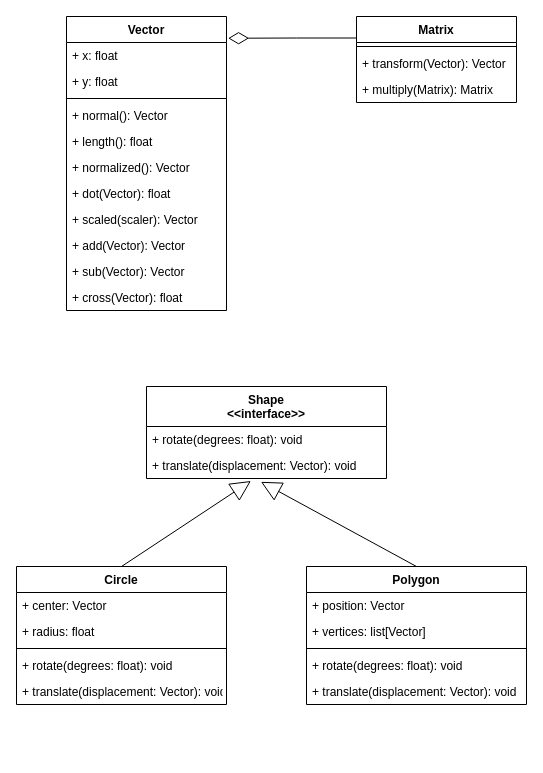
Earlier version of the draw.io diagram page "mathlib" (1 of 6) of docs/ClassDiagrams.drawio (MiniCooper40/2DPhysicsEngine). Source tidied: cells renumbered, new cells numbered last; positions are measured from the earlier drawing's top-left corner, leaving out a move shared by most shapes. Both pictures are drawn from the tidied source at 100%, with x=0, y=0 at pixel (16, 16).
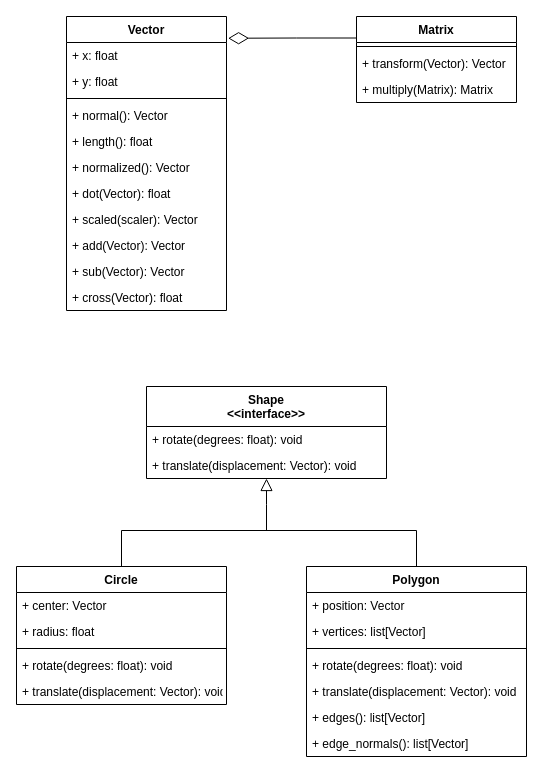
Above is the later version.

The change refers to these unchanged cells:
```xml
<mxCell id="19" value="Shape&#10;&lt;&lt;interface&gt;&gt;" style="swimlane;fontStyle=1;align=center;verticalAlign=top;horizontal=1;startSize=40;" parent="1" vertex="1">
  <mxGeometry x="130" y="370" width="240" height="92" as="geometry" />
</mxCell>
<mxCell id="21" value="+ translate(displacement: Vector): void" style="text;strokeColor=none;fillColor=none;align=left;verticalAlign=top;spacingLeft=4;spacingRight=4;overflow=hidden;points=[[0,0.5],[1,0.5]];portConstraint=eastwest;" parent="19" vertex="1">
  <mxGeometry y="66" width="240" height="26" as="geometry" />
</mxCell>
<mxCell id="23" value="Circle" style="swimlane;fontStyle=1;align=center;verticalAlign=top;horizontal=1;startSize=26;" parent="1" vertex="1">
  <mxGeometry y="550" width="210" height="138" as="geometry" />
</mxCell>
```

The edit, as a diff of the source:
```diff
@@
+    <mxCell id="36" style="edgeStyle=orthogonalEdgeStyle;rounded=0;jumpSize=10;jettySize=auto;html=1;startArrow=block;startFill=0;endArrow=none;endFill=0;startSize=10;endSize=17;sourcePerimeterSpacing=0;targetPerimeterSpacing=14;" parent="1" edge="1" source="19">
+      <mxGeometry relative="1" as="geometry">
+        <mxPoint x="250" y="514" as="targetPoint" />
+      </mxGeometry>
+    </mxCell>
@@
-    <mxCell id="22" style="edgeStyle=none;rounded=0;jettySize=auto;html=1;exitX=0.5;exitY=0;exitDx=0;exitDy=0;entryX=0.435;entryY=1.096;entryDx=0;entryDy=0;entryPerimeter=0;strokeWidth=1;endArrow=block;endFill=0;endSize=18;" parent="1" edge="1" source="23" target="21">
-      <mxGeometry relative="1" as="geometry" />
+    <mxCell id="22" style="edgeStyle=orthogonalEdgeStyle;rounded=0;jettySize=auto;html=1;exitX=0.5;exitY=0;exitDx=0;exitDy=0;entryX=0.5;entryY=0;entryDx=0;entryDy=0;strokeWidth=1;endArrow=none;endFill=0;endSize=18;" parent="1" edge="1" source="23" target="30">
+      <mxGeometry relative="1" as="geometry">
+        <Array as="points">
+          <mxPoint x="105" y="514" />
+          <mxPoint x="400" y="514" />
+        </Array>
+      </mxGeometry>
     </mxCell>
@@
-    <mxCell id="29" style="rounded=0;jettySize=auto;html=1;exitX=0.5;exitY=0;exitDx=0;exitDy=0;entryX=0.477;entryY=1.128;entryDx=0;entryDy=0;entryPerimeter=0;strokeWidth=1;endArrow=block;endFill=0;endSize=18;" parent="1" edge="1" source="30" target="21">
-      <mxGeometry relative="1" as="geometry" />
-    </mxCell>
     <mxCell id="30" value="Polygon" style="swimlane;fontStyle=1;align=center;verticalAlign=top;horizontal=1;startSize=26;" parent="1" vertex="1">
-      <mxGeometry x="290" y="550" width="220" height="138" as="geometry" />
+      <mxGeometry x="290" y="550" width="220" height="190" as="geometry" />
     </mxCell>
@@
+    <mxCell id="37" value="+ edges(): list[Vector]" style="text;strokeColor=none;fillColor=none;align=left;verticalAlign=top;spacingLeft=4;spacingRight=4;overflow=hidden;" parent="30" vertex="1">
+      <mxGeometry y="138" width="220" height="26" as="geometry" />
+    </mxCell>
+    <mxCell id="38" value="+ edge_normals(): list[Vector]" style="text;strokeColor=none;fillColor=none;align=left;verticalAlign=top;spacingLeft=4;spacingRight=4;overflow=hidden;" parent="30" vertex="1">
+      <mxGeometry y="164" width="220" height="26" as="geometry" />
+    </mxCell>
```
